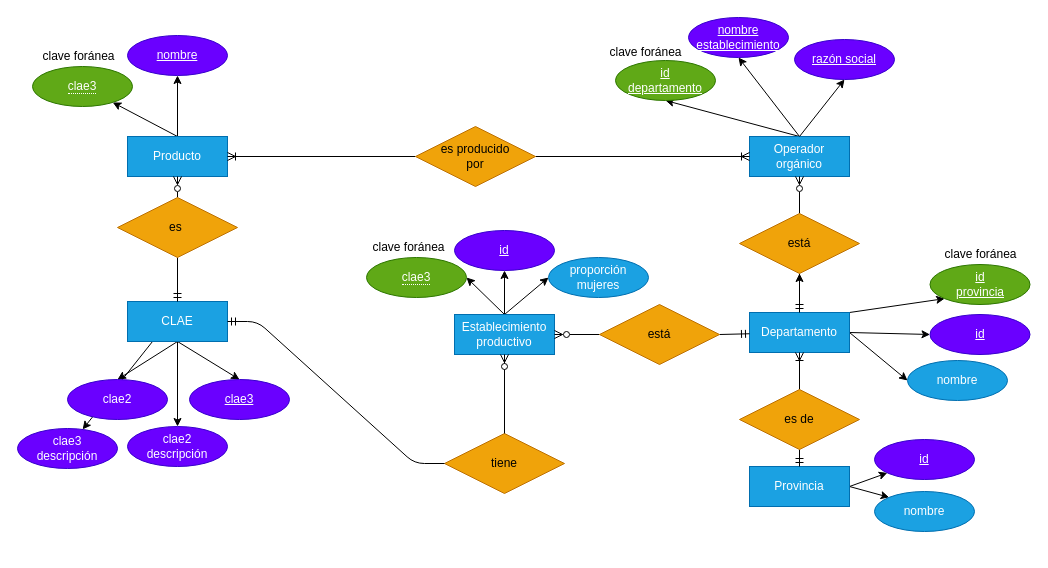
Earlier version of the draw.io diagram DER.drawio (MarioSigal/TPs-Laboratorio_de_Datos). Source tidied: cells renumbered, new cells numbered last; positions are measured from the earlier drawing's top-left corner, leaving out a move shared by most shapes. Both pictures are drawn from the tidied source at 100%, with x=0, y=0 at pixel (17, 17).
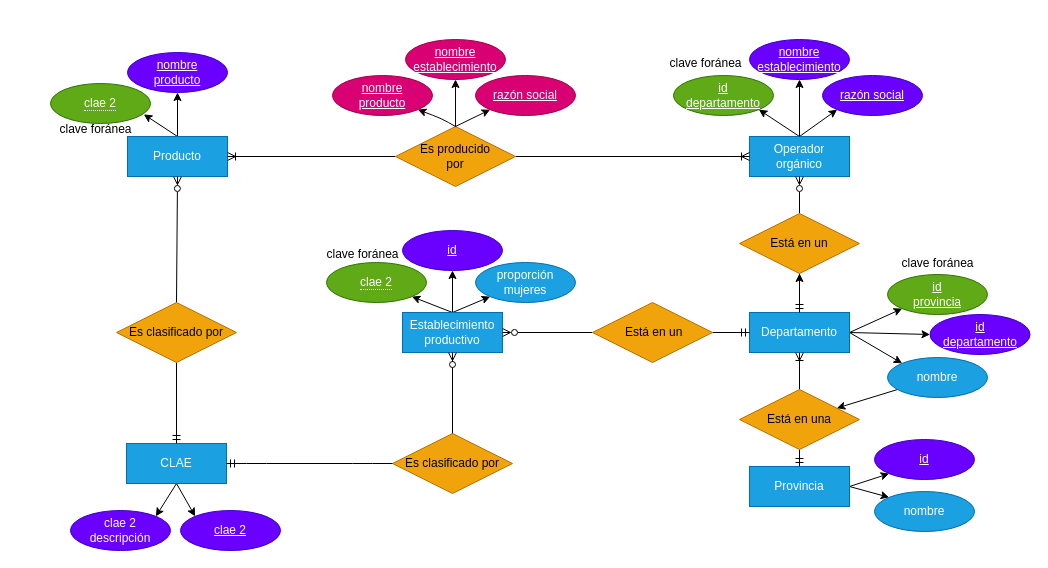
The same diagram, later.

The change refers to these unchanged cells:
```xml
<mxCell id="4" value="Operador&lt;br&gt;orgánico" style="whiteSpace=wrap;html=1;align=center;fillColor=#1ba1e2;fontColor=#ffffff;strokeColor=#006EAF;" parent="1" vertex="1">
  <mxGeometry x="732" y="119" width="100" height="40" as="geometry" />
</mxCell>
<mxCell id="7" value="Producto" style="whiteSpace=wrap;html=1;align=center;fillColor=#1ba1e2;fontColor=#ffffff;strokeColor=#006EAF;" parent="1" vertex="1">
  <mxGeometry x="110" y="119" width="100" height="40" as="geometry" />
</mxCell>
<mxCell id="15" value="Departamento" style="whiteSpace=wrap;html=1;align=center;fillColor=#1ba1e2;fontColor=#ffffff;strokeColor=#006EAF;" parent="1" vertex="1">
  <mxGeometry x="732" y="295" width="100" height="40" as="geometry" />
</mxCell>
<mxCell id="21" value="Provincia" style="whiteSpace=wrap;html=1;align=center;fillColor=#1ba1e2;fontColor=#ffffff;strokeColor=#006EAF;" parent="1" vertex="1">
  <mxGeometry x="732" y="449" width="100" height="40" as="geometry" />
</mxCell>
<mxCell id="43" value="id" style="ellipse;whiteSpace=wrap;html=1;align=center;fontStyle=4;fillColor=#6a00ff;fontColor=#ffffff;strokeColor=#3700CC;" parent="1" vertex="1">
  <mxGeometry x="857" y="422" width="100" height="40" as="geometry" />
</mxCell>
```

Change to the diagram source:
```diff
@@
-    <mxCell id="2" style="edgeStyle=none;html=1;exitX=0.5;exitY=0;exitDx=0;exitDy=0;strokeColor=#000000;entryX=0.5;entryY=1;entryDx=0;entryDy=0;" parent="1" edge="1" source="4" target="38">
+    <mxCell id="2" style="edgeStyle=none;html=1;exitX=0.5;exitY=0;exitDx=0;exitDy=0;strokeColor=#000000;entryX=0;entryY=1;entryDx=0;entryDy=0;" parent="1" edge="1" source="4" target="38">
       <mxGeometry relative="1" as="geometry" />
     </mxCell>
-    <mxCell id="3" style="edgeStyle=none;html=1;entryX=0.5;entryY=1;entryDx=0;entryDy=0;strokeColor=#000000;fontColor=#000000;startArrow=none;startFill=0;endArrow=classic;endFill=1;exitX=0.5;exitY=0;exitDx=0;exitDy=0;" parent="1" edge="1" source="4" target="52">
+    <mxCell id="3" style="edgeStyle=none;html=1;entryX=1;entryY=1;entryDx=0;entryDy=0;strokeColor=#000000;fontColor=#000000;startArrow=none;startFill=0;endArrow=classic;endFill=1;exitX=0.5;exitY=0;exitDx=0;exitDy=0;" parent="1" edge="1" source="4" target="52">
       <mxGeometry relative="1" as="geometry" />
     </mxCell>
@@
-    <mxCell id="6" style="edgeStyle=none;html=1;exitX=0.5;exitY=0;exitDx=0;exitDy=0;strokeColor=#000000;" parent="1" edge="1" source="7" target="61">
+    <mxCell id="6" style="edgeStyle=none;html=1;exitX=0.5;exitY=0;exitDx=0;exitDy=0;strokeColor=#000000;entryX=0.993;entryY=0.056;entryDx=0;entryDy=0;entryPerimeter=0;" parent="1" edge="1" source="7" target="62">
       <mxGeometry relative="1" as="geometry" />
     </mxCell>
@@
-    <mxCell id="9" style="edgeStyle=none;html=1;exitX=0;exitY=0.5;exitDx=0;exitDy=0;strokeColor=#000000;endArrow=ERoneToMany;endFill=0;" parent="1" edge="1" source="10" target="7">
+    <mxCell id="9" style="edgeStyle=none;html=1;exitX=0;exitY=0.5;exitDx=0;exitDy=0;strokeColor=#000000;endArrow=ERoneToMany;endFill=0;entryX=1;entryY=0.5;entryDx=0;entryDy=0;" parent="1" edge="1" source="10" target="7">
       <mxGeometry relative="1" as="geometry" />
     </mxCell>
-    <mxCell id="10" value="es producido&lt;br&gt;por" style="shape=rhombus;perimeter=rhombusPerimeter;whiteSpace=wrap;html=1;align=center;fillColor=#f0a30a;fontColor=#000000;strokeColor=#BD7000;" parent="1" vertex="1">
-      <mxGeometry x="398" y="109" width="120" height="60" as="geometry" />
+    <mxCell id="10" value="Es producido&lt;br&gt;por" style="shape=rhombus;perimeter=rhombusPerimeter;whiteSpace=wrap;html=1;align=center;fillColor=#f0a30a;fontColor=#000000;strokeColor=#BD7000;" parent="1" vertex="1">
+      <mxGeometry x="378" y="109" width="120" height="60" as="geometry" />
     </mxCell>
-    <mxCell id="11" style="edgeStyle=none;html=1;exitX=1;exitY=0.5;exitDx=0;exitDy=0;entryX=0;entryY=0.5;entryDx=0;entryDy=0;strokeColor=#000000;" parent="1" edge="1" source="15" target="45">
+    <mxCell id="11" style="edgeStyle=none;html=1;exitX=1;exitY=0.5;exitDx=0;exitDy=0;strokeColor=#000000;entryX=0;entryY=0;entryDx=0;entryDy=0;" parent="1" edge="1" source="15" target="45">
       <mxGeometry relative="1" as="geometry" />
     </mxCell>
@@
-    <mxCell id="13" style="edgeStyle=none;html=1;exitX=1;exitY=0;exitDx=0;exitDy=0;entryX=0;entryY=1;entryDx=0;entryDy=0;strokeColor=#000000;fontColor=#000000;startArrow=none;startFill=0;endArrow=classic;endFill=1;" parent="1" edge="1" source="15" target="53">
+    <mxCell id="13" style="edgeStyle=none;html=1;exitX=1;exitY=0.5;exitDx=0;exitDy=0;entryX=0;entryY=1;entryDx=0;entryDy=0;strokeColor=#000000;fontColor=#000000;startArrow=none;startFill=0;endArrow=classic;endFill=1;" parent="1" edge="1" source="15" target="53">
       <mxGeometry relative="1" as="geometry" />
     </mxCell>
@@
-    <mxCell id="18" value="está" style="shape=rhombus;perimeter=rhombusPerimeter;whiteSpace=wrap;html=1;align=center;fillColor=#f0a30a;fontColor=#000000;strokeColor=#BD7000;" parent="1" vertex="1">
+    <mxCell id="18" value="Está en un" style="shape=rhombus;perimeter=rhombusPerimeter;whiteSpace=wrap;html=1;align=center;fillColor=#f0a30a;fontColor=#000000;strokeColor=#BD7000;" parent="1" vertex="1">
       <mxGeometry x="722" y="196" width="120" height="60" as="geometry" />
     </mxCell>
-    <mxCell id="19" style="edgeStyle=none;html=1;exitX=1;exitY=0.5;exitDx=0;exitDy=0;strokeColor=#000000;" parent="1" edge="1" source="21" target="43">
+    <mxCell id="19" style="edgeStyle=none;html=1;exitX=1;exitY=0.5;exitDx=0;exitDy=0;strokeColor=#000000;entryX=0;entryY=1;entryDx=0;entryDy=0;" parent="1" edge="1" source="21" target="43">
       <mxGeometry relative="1" as="geometry" />
     </mxCell>
@@
-    <mxCell id="24" value="es de" style="shape=rhombus;perimeter=rhombusPerimeter;whiteSpace=wrap;html=1;align=center;fillColor=#f0a30a;fontColor=#000000;strokeColor=#BD7000;" parent="1" vertex="1">
+    <mxCell id="24" value="Está en una" style="shape=rhombus;perimeter=rhombusPerimeter;whiteSpace=wrap;html=1;align=center;fillColor=#f0a30a;fontColor=#000000;strokeColor=#BD7000;" parent="1" vertex="1">
       <mxGeometry x="722" y="372" width="120" height="60" as="geometry" />
     </mxCell>
-    <mxCell id="25" style="edgeStyle=none;html=1;exitX=0.5;exitY=0;exitDx=0;exitDy=0;strokeColor=#000000;" parent="1" edge="1" source="28" target="41">
+    <mxCell id="25" style="edgeStyle=none;html=1;exitX=0.5;exitY=0;exitDx=0;exitDy=0;strokeColor=#000000;entryX=0.5;entryY=1;entryDx=0;entryDy=0;" parent="1" edge="1" source="28" target="41">
       <mxGeometry relative="1" as="geometry" />
     </mxCell>
-    <mxCell id="26" style="edgeStyle=none;html=1;exitX=0.5;exitY=0;exitDx=0;exitDy=0;entryX=0;entryY=0.5;entryDx=0;entryDy=0;strokeColor=#000000;" parent="1" edge="1" source="28" target="47">
+    <mxCell id="26" style="edgeStyle=none;html=1;exitX=0.5;exitY=0;exitDx=0;exitDy=0;entryX=0;entryY=1;entryDx=0;entryDy=0;strokeColor=#000000;" parent="1" edge="1" source="28" target="47">
       <mxGeometry relative="1" as="geometry" />
     </mxCell>
-    <mxCell id="27" style="edgeStyle=none;html=1;exitX=0.5;exitY=0;exitDx=0;exitDy=0;entryX=1;entryY=0.5;entryDx=0;entryDy=0;strokeColor=#000000;" parent="1" edge="1" source="28" target="48">
+    <mxCell id="27" style="edgeStyle=none;html=1;exitX=0.5;exitY=0;exitDx=0;exitDy=0;entryX=1;entryY=1;entryDx=0;entryDy=0;strokeColor=#000000;" parent="1" edge="1" source="28" target="48">
       <mxGeometry relative="1" as="geometry" />
     </mxCell>
     <mxCell id="28" value="Establecimiento&lt;br&gt;productivo" style="whiteSpace=wrap;html=1;align=center;fillColor=#1ba1e2;fontColor=#ffffff;strokeColor=#006EAF;" parent="1" vertex="1">
-      <mxGeometry x="437" y="297" width="100" height="40" as="geometry" />
+      <mxGeometry x="385" y="295" width="100" height="40" as="geometry" />
     </mxCell>
@@
-    <mxCell id="30" style="edgeStyle=none;html=1;exitX=1;exitY=0.5;exitDx=0;exitDy=0;strokeColor=#000000;fontColor=#000000;startArrow=none;startFill=0;endArrow=ERmandOne;endFill=0;" parent="1" edge="1" source="31" target="15">
+    <mxCell id="30" style="edgeStyle=none;html=1;exitX=1;exitY=0.5;exitDx=0;exitDy=0;strokeColor=#000000;fontColor=#000000;startArrow=none;startFill=0;endArrow=ERmandOne;endFill=0;entryX=0;entryY=0.5;entryDx=0;entryDy=0;" parent="1" edge="1" source="31" target="15">
       <mxGeometry relative="1" as="geometry" />
     </mxCell>
-    <mxCell id="31" value="está" style="shape=rhombus;perimeter=rhombusPerimeter;whiteSpace=wrap;html=1;align=center;fillColor=#f0a30a;fontColor=#000000;strokeColor=#BD7000;" parent="1" vertex="1">
-      <mxGeometry x="582" y="287" width="120" height="60" as="geometry" />
+    <mxCell id="31" value="&amp;nbsp;Está en un" style="shape=rhombus;perimeter=rhombusPerimeter;whiteSpace=wrap;html=1;align=center;fillColor=#f0a30a;fontColor=#000000;strokeColor=#BD7000;" parent="1" vertex="1">
+      <mxGeometry x="575" y="285" width="120" height="60" as="geometry" />
     </mxCell>
-    <mxCell id="32" style="edgeStyle=none;html=1;exitX=0.5;exitY=1;exitDx=0;exitDy=0;entryX=0.5;entryY=0;entryDx=0;entryDy=0;strokeColor=#000000;" parent="1" edge="1" source="36" target="56">
+    <mxCell id="32" style="edgeStyle=none;html=1;exitX=0.5;exitY=1;exitDx=0;exitDy=0;entryX=0;entryY=0;entryDx=0;entryDy=0;strokeColor=#000000;" parent="1" edge="1" source="36" target="56">
       <mxGeometry relative="1" as="geometry" />
     </mxCell>
-    <mxCell id="33" style="edgeStyle=none;html=1;exitX=0.5;exitY=1;exitDx=0;exitDy=0;entryX=0.5;entryY=0;entryDx=0;entryDy=0;strokeColor=#000000;" parent="1" edge="1" source="36" target="60">
+    <mxCell id="33" style="edgeStyle=none;html=1;exitX=0.5;exitY=1;exitDx=0;exitDy=0;entryX=1;entryY=0;entryDx=0;entryDy=0;strokeColor=#000000;" parent="1" edge="1" source="36" target="60">
       <mxGeometry relative="1" as="geometry" />
     </mxCell>
-    <mxCell id="34" style="edgeStyle=none;html=1;exitX=0.5;exitY=1;exitDx=0;exitDy=0;strokeColor=#000000;" parent="1" edge="1" source="36" target="63">
-      <mxGeometry relative="1" as="geometry" />
-    </mxCell>
-    <mxCell id="35" style="edgeStyle=none;html=1;exitX=0.25;exitY=1;exitDx=0;exitDy=0;strokeColor=#000000;" parent="1" edge="1" source="36" target="64">
-      <mxGeometry relative="1" as="geometry" />
-    </mxCell>
     <mxCell id="36" value="CLAE" style="whiteSpace=wrap;html=1;align=center;fillColor=#1ba1e2;fontColor=#ffffff;strokeColor=#006EAF;" parent="1" vertex="1">
-      <mxGeometry x="110" y="284" width="100" height="40" as="geometry" />
+      <mxGeometry x="109" y="426" width="100" height="40" as="geometry" />
     </mxCell>
-    <mxCell id="37" value="tiene" style="shape=rhombus;perimeter=rhombusPerimeter;whiteSpace=wrap;html=1;align=center;fillColor=#f0a30a;fontColor=#000000;strokeColor=#BD7000;" parent="1" vertex="1">
-      <mxGeometry x="427" y="416" width="120" height="60" as="geometry" />
+    <mxCell id="37" value="Es clasificado por" style="shape=rhombus;perimeter=rhombusPerimeter;whiteSpace=wrap;html=1;align=center;fillColor=#f0a30a;fontColor=#000000;strokeColor=#BD7000;" parent="1" vertex="1">
+      <mxGeometry x="375" y="416" width="120" height="60" as="geometry" />
     </mxCell>
     <mxCell id="38" value="&lt;span style=&quot;color: rgb(255, 255, 255);&quot;&gt;razón social&lt;/span&gt;" style="ellipse;whiteSpace=wrap;html=1;align=center;fontStyle=4;fillColor=#6a00ff;fontColor=#ffffff;strokeColor=#3700CC;" parent="1" vertex="1">
-      <mxGeometry x="777" y="22" width="100" height="40" as="geometry" />
+      <mxGeometry x="805" y="58" width="100" height="40" as="geometry" />
     </mxCell>
@@
     <mxCell id="40" value="&lt;span style=&quot;color: rgb(255, 255, 255);&quot;&gt;nombre&lt;/span&gt;&lt;br style=&quot;color: rgb(255, 255, 255);&quot;&gt;&lt;span style=&quot;color: rgb(255, 255, 255);&quot;&gt;establecimiento&lt;/span&gt;" style="ellipse;whiteSpace=wrap;html=1;align=center;fontStyle=4;fillColor=#6a00ff;fontColor=#ffffff;strokeColor=#3700CC;" parent="1" vertex="1">
-      <mxGeometry x="671" width="100" height="40" as="geometry" />
+      <mxGeometry x="732" y="22" width="100" height="40" as="geometry" />
     </mxCell>
     <mxCell id="41" value="id" style="ellipse;whiteSpace=wrap;html=1;align=center;fontStyle=4;fillColor=#6a00ff;fontColor=#ffffff;strokeColor=#3700CC;" parent="1" vertex="1">
-      <mxGeometry x="437" y="213" width="100" height="40" as="geometry" />
+      <mxGeometry x="385" y="213" width="100" height="40" as="geometry" />
     </mxCell>
-    <mxCell id="42" value="id" style="ellipse;whiteSpace=wrap;html=1;align=center;fontStyle=4;fillColor=#6a00ff;fontColor=#ffffff;strokeColor=#3700CC;" parent="1" vertex="1">
+    <mxCell id="42" value="id &lt;br&gt;departamento" style="ellipse;whiteSpace=wrap;html=1;align=center;fontStyle=4;fillColor=#6a00ff;fontColor=#ffffff;strokeColor=#3700CC;" parent="1" vertex="1">
       <mxGeometry x="912.5" y="297" width="100" height="40" as="geometry" />
     </mxCell>
@@
+    <mxCell id="63" style="edgeStyle=none;html=1;" parent="1" edge="1" source="45" target="24">
+      <mxGeometry relative="1" as="geometry" />
+    </mxCell>
     <mxCell id="45" value="nombre" style="ellipse;whiteSpace=wrap;html=1;align=center;fillColor=#1ba1e2;fontColor=#ffffff;strokeColor=#006EAF;" parent="1" vertex="1">
-      <mxGeometry x="890" y="343" width="100" height="40" as="geometry" />
+      <mxGeometry x="870" y="340" width="100" height="40" as="geometry" />
     </mxCell>
-    <mxCell id="46" value="nombre" style="ellipse;whiteSpace=wrap;html=1;align=center;fontStyle=4;fillColor=#6a00ff;fontColor=#ffffff;strokeColor=#3700CC;" parent="1" vertex="1">
-      <mxGeometry x="110" y="18" width="100" height="40" as="geometry" />
+    <mxCell id="46" value="nombre &lt;br&gt;producto" style="ellipse;whiteSpace=wrap;html=1;align=center;fontStyle=4;fillColor=#6a00ff;fontColor=#ffffff;strokeColor=#3700CC;" parent="1" vertex="1">
+      <mxGeometry x="110" y="35" width="100" height="40" as="geometry" />
     </mxCell>
     <mxCell id="47" value="proporción&lt;br&gt;mujeres" style="ellipse;whiteSpace=wrap;html=1;align=center;fillColor=#1ba1e2;fontColor=#ffffff;strokeColor=#006EAF;" parent="1" vertex="1">
-      <mxGeometry x="531" y="240" width="100" height="40" as="geometry" />
+      <mxGeometry x="458" y="245" width="100" height="40" as="geometry" />
     </mxCell>
-    <mxCell id="48" value="&lt;span style=&quot;border-bottom: 1px dotted&quot;&gt;clae3&lt;/span&gt;" style="ellipse;whiteSpace=wrap;html=1;align=center;fillColor=#60a917;fontColor=#ffffff;strokeColor=#2D7600;" parent="1" vertex="1">
-      <mxGeometry x="349" y="240" width="100" height="40" as="geometry" />
+    <mxCell id="48" value="&lt;span style=&quot;border-bottom: 1px dotted&quot;&gt;clae 2&lt;/span&gt;" style="ellipse;whiteSpace=wrap;html=1;align=center;fillColor=#60a917;fontColor=#ffffff;strokeColor=#2D7600;" parent="1" vertex="1">
+      <mxGeometry x="309" y="245" width="100" height="40" as="geometry" />
     </mxCell>
     <mxCell id="49" value="&lt;font color=&quot;#000000&quot;&gt;clave foránea&lt;/font&gt;" style="text;html=1;align=center;verticalAlign=middle;strokeColor=none;fillColor=none;" parent="1" vertex="1">
-      <mxGeometry x="341" y="213" width="99" height="33" as="geometry" />
+      <mxGeometry x="295" y="220" width="99" height="33" as="geometry" />
     </mxCell>
@@
     <mxCell id="52" value="id&lt;br&gt;departamento" style="ellipse;whiteSpace=wrap;html=1;align=center;fontStyle=4;fillColor=#60a917;fontColor=#ffffff;strokeColor=#2D7600;" parent="1" vertex="1">
-      <mxGeometry x="598" y="43" width="100" height="40" as="geometry" />
+      <mxGeometry x="656" y="58" width="100" height="40" as="geometry" />
     </mxCell>
     <mxCell id="53" value="id&lt;br&gt;provincia" style="ellipse;whiteSpace=wrap;html=1;align=center;fontStyle=4;fillColor=#60a917;fontColor=#ffffff;strokeColor=#2D7600;" parent="1" vertex="1">
-      <mxGeometry x="912.5" y="247" width="100" height="40" as="geometry" />
+      <mxGeometry x="870" y="257" width="100" height="40" as="geometry" />
     </mxCell>
     <mxCell id="54" value="&lt;font color=&quot;#000000&quot;&gt;clave foránea&lt;/font&gt;" style="text;html=1;align=center;verticalAlign=middle;strokeColor=none;fillColor=none;" parent="1" vertex="1">
-      <mxGeometry x="913.5" y="220" width="99" height="33" as="geometry" />
+      <mxGeometry x="870" y="229" width="99" height="33" as="geometry" />
     </mxCell>
     <mxCell id="55" value="&lt;font color=&quot;#000000&quot;&gt;clave foránea&lt;/font&gt;" style="text;html=1;align=center;verticalAlign=middle;strokeColor=none;fillColor=none;" parent="1" vertex="1">
-      <mxGeometry x="578" y="18" width="99" height="33" as="geometry" />
+      <mxGeometry x="638" y="29" width="99" height="33" as="geometry" />
     </mxCell>
-    <mxCell id="56" value="clae3" style="ellipse;whiteSpace=wrap;html=1;align=center;fontStyle=4;fillColor=#6a00ff;fontColor=#ffffff;strokeColor=#3700CC;" parent="1" vertex="1">
-      <mxGeometry x="172" y="362" width="100" height="40" as="geometry" />
+    <mxCell id="56" value="clae 2" style="ellipse;whiteSpace=wrap;html=1;align=center;fontStyle=4;fillColor=#6a00ff;fontColor=#ffffff;strokeColor=#3700CC;" parent="1" vertex="1">
+      <mxGeometry x="163" y="493" width="100" height="40" as="geometry" />
     </mxCell>
@@
-    <mxCell id="59" value="es&amp;nbsp;" style="shape=rhombus;perimeter=rhombusPerimeter;whiteSpace=wrap;html=1;align=center;fillColor=#f0a30a;fontColor=#000000;strokeColor=#BD7000;" parent="1" vertex="1">
-      <mxGeometry x="100" y="180" width="120" height="60" as="geometry" />
+    <mxCell id="59" value="Es clasificado por" style="shape=rhombus;perimeter=rhombusPerimeter;whiteSpace=wrap;html=1;align=center;fillColor=#f0a30a;fontColor=#000000;strokeColor=#BD7000;" parent="1" vertex="1">
+      <mxGeometry x="99" y="285" width="120" height="60" as="geometry" />
     </mxCell>
-    <mxCell id="60" value="clae2" style="ellipse;whiteSpace=wrap;html=1;align=center;fillColor=#6a00ff;fontColor=#ffffff;strokeColor=#3700CC;" parent="1" vertex="1">
-      <mxGeometry x="50" y="362" width="100" height="40" as="geometry" />
+    <mxCell id="60" value="clae 2&lt;br&gt;descripción" style="ellipse;whiteSpace=wrap;html=1;align=center;fillColor=#6a00ff;fontColor=#ffffff;strokeColor=#3700CC;" parent="1" vertex="1">
+      <mxGeometry x="53" y="493" width="100" height="40" as="geometry" />
     </mxCell>
-    <mxCell id="61" value="&lt;span style=&quot;border-bottom: 1px dotted&quot;&gt;clae3&lt;/span&gt;" style="ellipse;whiteSpace=wrap;html=1;align=center;fillColor=#60a917;fontColor=#ffffff;strokeColor=#2D7600;" parent="1" vertex="1">
-      <mxGeometry x="15" y="49" width="100" height="40" as="geometry" />
+    <mxCell id="61" value="&lt;span style=&quot;border-bottom: 1px dotted&quot;&gt;clae 2&lt;/span&gt;" style="ellipse;whiteSpace=wrap;html=1;align=center;fillColor=#60a917;fontColor=#ffffff;strokeColor=#2D7600;" parent="1" vertex="1">
+      <mxGeometry x="33" y="66" width="100" height="40" as="geometry" />
     </mxCell>
     <mxCell id="62" value="&lt;font color=&quot;#000000&quot;&gt;clave foránea&lt;/font&gt;" style="text;html=1;align=center;verticalAlign=middle;points=[];strokeColor=none;fillColor=none;" parent="1" vertex="1">
-      <mxGeometry x="11" y="22" width="99" height="33" as="geometry" />
+      <mxGeometry x="28" y="95" width="99" height="33" as="geometry" />
     </mxCell>
-    <mxCell id="63" value="clae2&lt;br&gt;descripción" style="ellipse;whiteSpace=wrap;html=1;align=center;fillColor=#6a00ff;fontColor=#ffffff;strokeColor=#3700CC;" parent="1" vertex="1">
-      <mxGeometry x="110" y="409" width="100" height="40" as="geometry" />
-    </mxCell>
-    <mxCell id="64" value="clae3&lt;br&gt;descripción" style="ellipse;whiteSpace=wrap;html=1;align=center;fillColor=#6a00ff;fontColor=#ffffff;strokeColor=#3700CC;" parent="1" vertex="1">
-      <mxGeometry y="411" width="100" height="40" as="geometry" />
+    <mxCell id="64" style="endArrow=classic;html=1;exitX=0.5;exitY=0;exitDx=0;exitDy=0;strokeColor=#120000;entryX=1;entryY=1;entryDx=0;entryDy=0;" parent="1" edge="1" source="10" target="35">
+      <mxGeometry relative="1" as="geometry">
+        <Array as="points">
+          <mxPoint x="424" y="101" />
+        </Array>
+      </mxGeometry>
     </mxCell>
+    <mxCell id="35" value="nombre &lt;br&gt;producto" style="ellipse;whiteSpace=wrap;html=1;align=center;fontStyle=4;fillColor=#d80073;fontColor=#ffffff;strokeColor=#A50040;" parent="1" vertex="1">
+      <mxGeometry x="315" y="58" width="100" height="40" as="geometry" />
+    </mxCell>
+    <mxCell id="65" value="&lt;span style=&quot;color: rgb(255, 255, 255);&quot;&gt;nombre&lt;/span&gt;&lt;br style=&quot;color: rgb(255, 255, 255);&quot;&gt;&lt;span style=&quot;color: rgb(255, 255, 255);&quot;&gt;establecimiento&lt;/span&gt;" style="ellipse;whiteSpace=wrap;html=1;align=center;fontStyle=4;fillColor=#d80073;fontColor=#ffffff;strokeColor=#A50040;" parent="1" vertex="1">
+      <mxGeometry x="388" y="22" width="100" height="40" as="geometry" />
+    </mxCell>
+    <mxCell id="66" value="&lt;span style=&quot;color: rgb(255, 255, 255);&quot;&gt;razón social&lt;/span&gt;" style="ellipse;whiteSpace=wrap;html=1;align=center;fontStyle=4;fillColor=#d80073;fontColor=#ffffff;strokeColor=#A50040;" parent="1" vertex="1">
+      <mxGeometry x="458" y="58" width="100" height="40" as="geometry" />
+    </mxCell>
+    <mxCell id="67" style="endArrow=classic;html=1;strokeColor=#120000;entryX=0;entryY=1;entryDx=0;entryDy=0;exitX=0.5;exitY=0;exitDx=0;exitDy=0;" parent="1" edge="1" source="10" target="66">
+      <mxGeometry relative="1" as="geometry" />
+    </mxCell>
+    <mxCell id="68" style="endArrow=classic;html=1;strokeColor=#120000;entryX=0.5;entryY=1;entryDx=0;entryDy=0;exitX=0.5;exitY=0;exitDx=0;exitDy=0;" parent="1" edge="1" source="10" target="65">
+      <mxGeometry relative="1" as="geometry" />
+    </mxCell>
```
